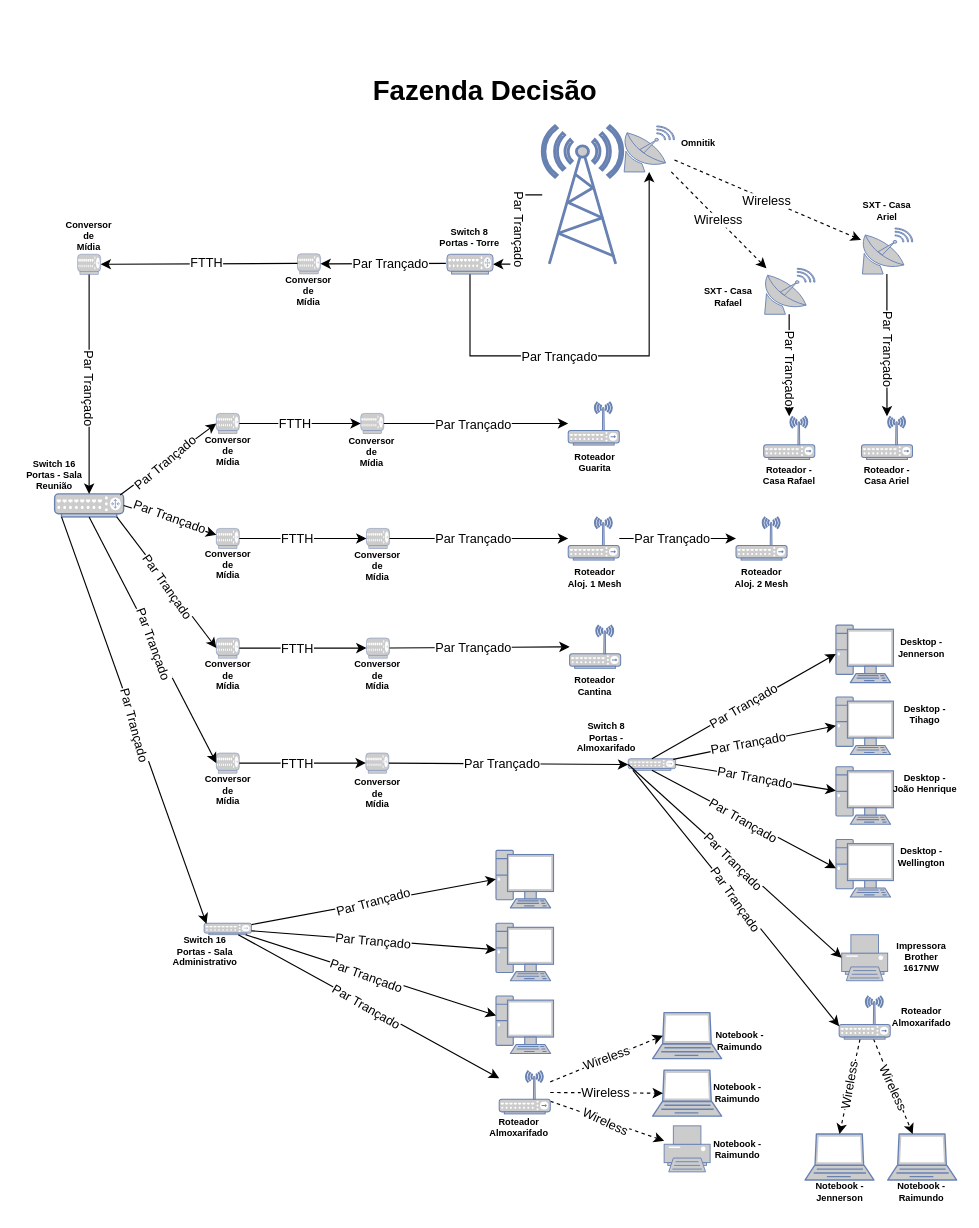
Before: Diagrama sem nome.drawio in AlbertoPontes/Fluxogramas, a draw.io diagram. Source tidied: cells renumbered, new cells numbered last; positions are measured from the earlier drawing's top-left corner, leaving out a move shared by most shapes. Both pictures are drawn from the tidied source at 115%, with x=0, y=0 at pixel (20, 68).
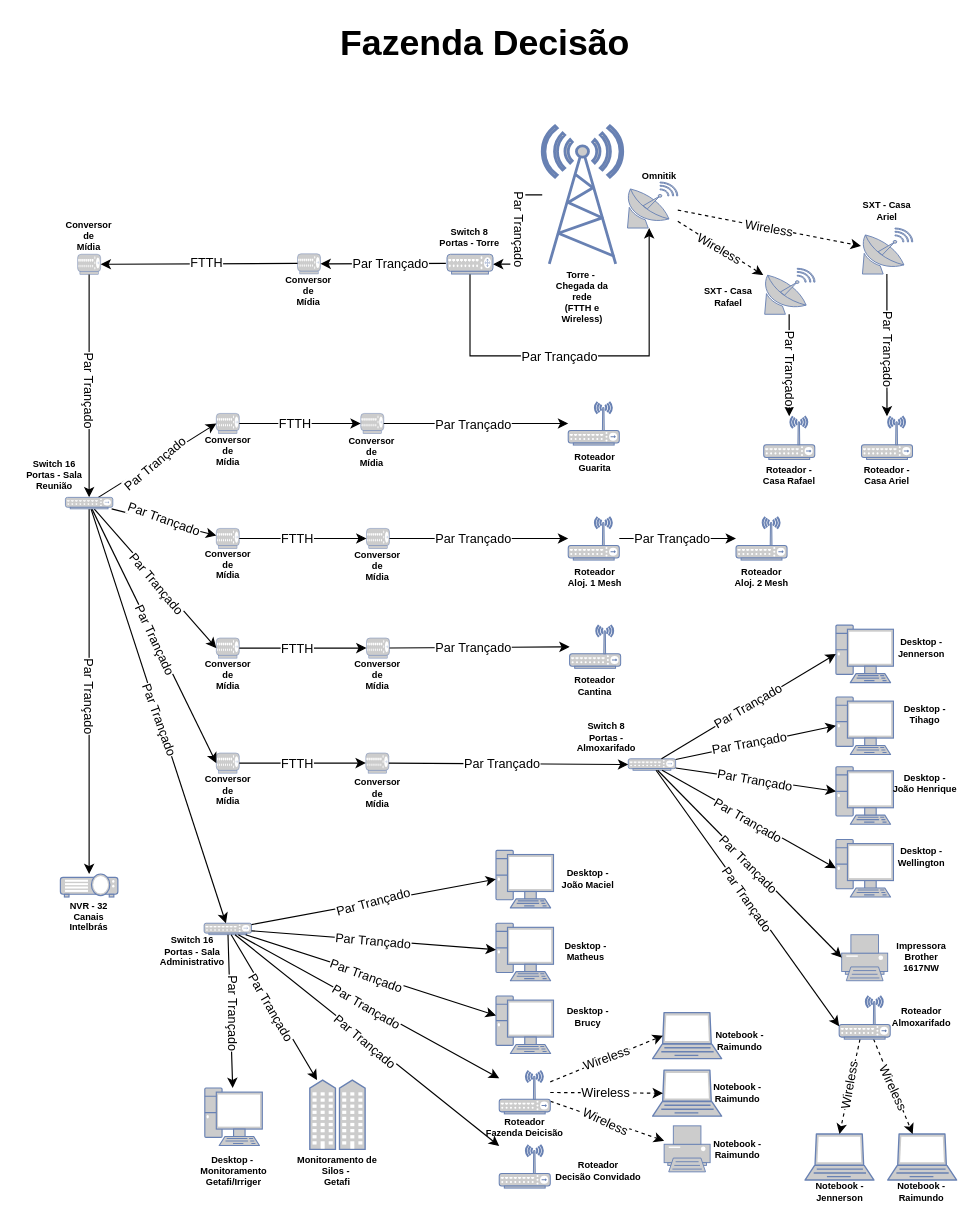
The same diagram, later.

Unchanged cells that the change refers to:
```xml
<mxCell id="8" style="fontColor=#0066CC;verticalAlign=top;verticalLabelPosition=bottom;labelPosition=center;align=center;html=1;outlineConnect=0;fillColor=#CCCCCC;strokeColor=#6881B3;gradientColor=none;gradientDirection=north;strokeWidth=2;shape=mxgraph.networks.hub;" parent="1" vertex="1">
  <mxGeometry x="528.8" y="600.3" width="41.2" height="10" as="geometry" />
</mxCell>
<mxCell id="14" style="fontColor=#0066CC;verticalAlign=top;verticalLabelPosition=bottom;labelPosition=center;align=center;html=1;outlineConnect=0;fillColor=#CCCCCC;strokeColor=#6881B3;gradientColor=none;gradientDirection=north;strokeWidth=2;shape=mxgraph.networks.pc;" parent="1" vertex="1">
  <mxGeometry x="709.4" y="484.1" width="50" height="50" as="geometry" />
</mxCell>
<mxCell id="15" style="fontColor=#0066CC;verticalAlign=top;verticalLabelPosition=bottom;labelPosition=center;align=center;html=1;outlineConnect=0;fillColor=#CCCCCC;strokeColor=#6881B3;gradientColor=none;gradientDirection=north;strokeWidth=2;shape=mxgraph.networks.pc;" parent="1" vertex="1">
  <mxGeometry x="709.4" y="546.6" width="50" height="50" as="geometry" />
</mxCell>
<mxCell id="16" style="fontColor=#0066CC;verticalAlign=top;verticalLabelPosition=bottom;labelPosition=center;align=center;html=1;outlineConnect=0;fillColor=#CCCCCC;strokeColor=#6881B3;gradientColor=none;gradientDirection=north;strokeWidth=2;shape=mxgraph.networks.pc;" parent="1" vertex="1">
  <mxGeometry x="709.4" y="607.2" width="50" height="50" as="geometry" />
</mxCell>
<mxCell id="17" style="fontColor=#0066CC;verticalAlign=top;verticalLabelPosition=bottom;labelPosition=center;align=center;html=1;outlineConnect=0;fillColor=#CCCCCC;strokeColor=#6881B3;gradientColor=none;gradientDirection=north;strokeWidth=2;shape=mxgraph.networks.hub;" parent="1" vertex="1">
  <mxGeometry x="170.6" y="300" width="20" height="17.5" as="geometry" />
</mxCell>
<mxCell id="18" style="fontColor=#0066CC;verticalAlign=top;verticalLabelPosition=bottom;labelPosition=center;align=center;html=1;outlineConnect=0;fillColor=#CCCCCC;strokeColor=#6881B3;gradientColor=none;gradientDirection=north;strokeWidth=2;shape=mxgraph.networks.hub;" parent="1" vertex="1">
  <mxGeometry x="170.6" y="400" width="20" height="17.5" as="geometry" />
</mxCell>
<mxCell id="19" style="fontColor=#0066CC;verticalAlign=top;verticalLabelPosition=bottom;labelPosition=center;align=center;html=1;outlineConnect=0;fillColor=#CCCCCC;strokeColor=#6881B3;gradientColor=none;gradientDirection=north;strokeWidth=2;shape=mxgraph.networks.hub;" parent="1" vertex="1">
  <mxGeometry x="170.6" y="495.3" width="20" height="17.5" as="geometry" />
</mxCell>
<mxCell id="20" style="fontColor=#0066CC;verticalAlign=top;verticalLabelPosition=bottom;labelPosition=center;align=center;html=1;outlineConnect=0;fillColor=#CCCCCC;strokeColor=#6881B3;gradientColor=none;gradientDirection=north;strokeWidth=2;shape=mxgraph.networks.hub;" parent="1" vertex="1">
  <mxGeometry x="50" y="161.6" width="20" height="17.5" as="geometry" />
</mxCell>
<mxCell id="41" style="fontColor=#0066CC;verticalAlign=top;verticalLabelPosition=bottom;labelPosition=center;align=center;html=1;outlineConnect=0;fillColor=#CCCCCC;strokeColor=#6881B3;gradientColor=none;gradientDirection=north;strokeWidth=2;shape=mxgraph.networks.hub;" parent="1" vertex="1">
  <mxGeometry x="170.6" y="595.3" width="20" height="17.5" as="geometry" />
</mxCell>
<mxCell id="81" style="fontColor=#0066CC;verticalAlign=top;verticalLabelPosition=bottom;labelPosition=center;align=center;html=1;outlineConnect=0;fillColor=#CCCCCC;strokeColor=#6881B3;gradientColor=none;gradientDirection=north;strokeWidth=2;shape=mxgraph.networks.pc;" parent="1" vertex="1">
  <mxGeometry x="709.4" y="670.5" width="50" height="50" as="geometry" />
</mxCell>
<mxCell id="90" style="fontColor=#0066CC;verticalAlign=top;verticalLabelPosition=bottom;labelPosition=center;align=center;html=1;outlineConnect=0;fillColor=#CCCCCC;strokeColor=#6881B3;gradientColor=none;gradientDirection=north;strokeWidth=2;shape=mxgraph.networks.hub;" parent="1" vertex="1">
  <mxGeometry x="160" y="743.3" width="41.2" height="10" as="geometry" />
</mxCell>
<mxCell id="94" style="endArrow=classic;html=1;rounded=0;dashed=1;" parent="1" edge="1" source="5" target="7">
  <mxGeometry relative="1" as="geometry" />
</mxCell>
<mxCell id="110" style="fontColor=#0066CC;verticalAlign=top;verticalLabelPosition=bottom;labelPosition=center;align=center;html=1;outlineConnect=0;fillColor=#CCCCCC;strokeColor=#6881B3;gradientColor=none;gradientDirection=north;strokeWidth=2;shape=mxgraph.networks.printer;" parent="1" vertex="1">
  <mxGeometry x="714.4" y="753.3" width="40" height="40" as="geometry" />
</mxCell>
<mxCell id="113" style="fontColor=#0066CC;verticalAlign=top;verticalLabelPosition=bottom;labelPosition=center;align=center;html=1;outlineConnect=0;fillColor=#CCCCCC;strokeColor=#6881B3;gradientColor=none;gradientDirection=north;strokeWidth=2;shape=mxgraph.networks.wireless_hub;" parent="1" vertex="1">
  <mxGeometry x="712.2" y="806.6" width="44.4" height="37.5" as="geometry" />
</mxCell>
<mxCell id="121" style="endArrow=classic;html=1;rounded=0;dashed=1;" parent="1" edge="1" source="5" target="118">
  <mxGeometry relative="1" as="geometry" />
</mxCell>
```

Diff of the diagram source:
```diff
@@
-    <mxCell id="2" value="Fazenda Decisão" style="text;strokeColor=none;fillColor=none;html=1;fontSize=24;fontStyle=1;verticalAlign=middle;align=center;" parent="1" vertex="1">
-      <mxGeometry x="354" width="100" height="40" as="geometry" />
+    <mxCell id="2" value="Fazenda Decisão" style="text;strokeColor=none;fillColor=none;html=1;fontSize=31;fontStyle=1;verticalAlign=middle;align=center;" parent="1" vertex="1">
+      <mxGeometry x="354" y="-42" width="100" height="40" as="geometry" />
     </mxCell>
@@
     <mxCell id="5" style="fontColor=#0066CC;verticalAlign=top;verticalLabelPosition=bottom;labelPosition=center;align=center;html=1;outlineConnect=0;fillColor=#CCCCCC;strokeColor=#6881B3;gradientColor=none;gradientDirection=north;strokeWidth=2;shape=mxgraph.networks.satellite_dish;" parent="1" vertex="1">
-      <mxGeometry x="524" y="50" width="45" height="40" as="geometry" />
+      <mxGeometry x="526.9" y="98.8" width="45" height="40" as="geometry" />
     </mxCell>
-    <mxCell id="6" style="fontColor=#0066CC;verticalAlign=top;verticalLabelPosition=bottom;labelPosition=center;align=center;html=1;outlineConnect=0;fillColor=#CCCCCC;strokeColor=#6881B3;gradientColor=none;gradientDirection=north;strokeWidth=2;shape=mxgraph.networks.router;" parent="1" vertex="1">
-      <mxGeometry x="30" y="370" width="60" height="20" as="geometry" />
-    </mxCell>
@@
-    <mxCell id="26" style="endArrow=classic;html=1;rounded=0;entryX=0.5;entryY=0;entryDx=0;entryDy=0;entryPerimeter=0;exitX=0.5;exitY=1;exitDx=0;exitDy=0;exitPerimeter=0;" parent="1" edge="1" source="20" target="6">
+    <mxCell id="26" style="endArrow=classic;html=1;rounded=0;exitX=0.5;exitY=1;exitDx=0;exitDy=0;exitPerimeter=0;" parent="1" edge="1" source="20" target="173">
       <mxGeometry relative="1" as="geometry" />
     </mxCell>
@@
-    <mxCell id="30" style="endArrow=classic;html=1;rounded=0;entryX=0;entryY=0.5;entryDx=0;entryDy=0;entryPerimeter=0;exitX=0.95;exitY=0.05;exitDx=0;exitDy=0;exitPerimeter=0;" parent="1" edge="1" source="6" target="17">
+    <mxCell id="30" style="endArrow=classic;html=1;rounded=0;entryX=0;entryY=0.5;entryDx=0;entryDy=0;entryPerimeter=0;" parent="1" edge="1" source="173" target="17">
       <mxGeometry relative="1" as="geometry" />
     </mxCell>
@@
-    <mxCell id="32" style="endArrow=classic;html=1;rounded=0;exitX=1;exitY=0.5;exitDx=0;exitDy=0;exitPerimeter=0;" parent="1" edge="1" source="6" target="18">
+    <mxCell id="32" style="endArrow=classic;html=1;rounded=0;" parent="1" edge="1" source="173" target="18">
       <mxGeometry relative="1" as="geometry" />
     </mxCell>
@@
-    <mxCell id="60" style="endArrow=classic;html=1;rounded=0;entryX=0;entryY=0.5;entryDx=0;entryDy=0;entryPerimeter=0;exitX=0.9;exitY=1;exitDx=0;exitDy=0;exitPerimeter=0;" parent="1" edge="1" source="6" target="19">
+    <mxCell id="60" style="endArrow=classic;html=1;rounded=0;entryX=0;entryY=0.5;entryDx=0;entryDy=0;entryPerimeter=0;" parent="1" edge="1" source="173" target="19">
       <mxGeometry relative="1" as="geometry" />
     </mxCell>
-    <mxCell id="61" value="Par Trançado" style="edgeLabel;html=1;align=center;verticalAlign=middle;rotation=55;" parent="60" vertex="1">
+    <mxCell id="61" value="Par Trançado" style="edgeLabel;html=1;align=center;verticalAlign=middle;rotation=50;" parent="60" vertex="1">
       <mxGeometry relative="1" as="geometry">
         <mxPoint x="1" y="3" as="offset" />
       </mxGeometry>
     </mxCell>
-    <mxCell id="62" style="endArrow=classic;html=1;rounded=0;entryX=0;entryY=0.5;entryDx=0;entryDy=0;entryPerimeter=0;exitX=0.5;exitY=1;exitDx=0;exitDy=0;exitPerimeter=0;" parent="1" edge="1" source="6" target="41">
+    <mxCell id="62" style="endArrow=classic;html=1;rounded=0;entryX=0;entryY=0.5;entryDx=0;entryDy=0;entryPerimeter=0;" parent="1" edge="1" source="173" target="41">
       <mxGeometry relative="1" as="geometry" />
     </mxCell>
-    <mxCell id="63" value="Par Trançado" style="edgeLabel;html=1;align=center;verticalAlign=middle;rotation=70;" parent="62" vertex="1">
+    <mxCell id="63" value="Par Trançado" style="edgeLabel;html=1;align=center;verticalAlign=middle;rotation=65;" parent="62" vertex="1">
       <mxGeometry relative="1" as="geometry">
         <mxPoint x="1" y="3" as="offset" />
       </mxGeometry>
     </mxCell>
@@
-    <mxCell id="75" style="endArrow=classic;html=1;rounded=0;exitX=0.5;exitY=0;exitDx=0;exitDy=0;exitPerimeter=0;entryX=0;entryY=0.5;entryDx=0;entryDy=0;entryPerimeter=0;" parent="1" edge="1" source="8" target="14">
+    <mxCell id="75" style="endArrow=classic;html=1;rounded=0;entryX=0;entryY=0.5;entryDx=0;entryDy=0;entryPerimeter=0;" parent="1" edge="1" source="8" target="14">
       <mxGeometry relative="1" as="geometry" />
     </mxCell>
@@
-    <mxCell id="77" style="endArrow=classic;html=1;rounded=0;entryX=0;entryY=0.5;entryDx=0;entryDy=0;entryPerimeter=0;exitX=0.95;exitY=0.05;exitDx=0;exitDy=0;exitPerimeter=0;" parent="1" edge="1" source="8" target="15">
+    <mxCell id="77" style="endArrow=classic;html=1;rounded=0;entryX=0;entryY=0.5;entryDx=0;entryDy=0;entryPerimeter=0;" parent="1" edge="1" source="8" target="15">
       <mxGeometry relative="1" as="geometry" />
     </mxCell>
@@
-    <mxCell id="79" style="endArrow=classic;html=1;rounded=0;exitX=1;exitY=0.5;exitDx=0;exitDy=0;exitPerimeter=0;" parent="1" edge="1" source="8" target="16">
+    <mxCell id="79" style="endArrow=classic;html=1;rounded=0;" parent="1" edge="1" source="8" target="16">
       <mxGeometry relative="1" as="geometry" />
     </mxCell>
@@
-    <mxCell id="83" style="endArrow=classic;html=1;rounded=0;exitX=0.5;exitY=1;exitDx=0;exitDy=0;exitPerimeter=0;entryX=0;entryY=0.5;entryDx=0;entryDy=0;entryPerimeter=0;" parent="1" edge="1" source="8" target="81">
+    <mxCell id="83" style="endArrow=classic;html=1;rounded=0;entryX=0;entryY=0.5;entryDx=0;entryDy=0;entryPerimeter=0;" parent="1" edge="1" source="8" target="81">
       <mxGeometry relative="1" as="geometry" />
     </mxCell>
@@
-    <mxCell id="91" style="endArrow=classic;html=1;rounded=0;entryX=0.05;entryY=0.05;entryDx=0;entryDy=0;entryPerimeter=0;exitX=0.1;exitY=1;exitDx=0;exitDy=0;exitPerimeter=0;" parent="1" edge="1" source="6" target="90">
+    <mxCell id="91" style="endArrow=classic;html=1;rounded=0;" parent="1" edge="1" source="173" target="90">
       <mxGeometry relative="1" as="geometry" />
     </mxCell>
-    <mxCell id="92" value="Par Trançado" style="edgeLabel;html=1;align=center;verticalAlign=middle;rotation=75;" parent="91" vertex="1">
+    <mxCell id="92" value="Par Trançado" style="edgeLabel;html=1;align=center;verticalAlign=middle;rotation=70;" parent="91" vertex="1">
       <mxGeometry relative="1" as="geometry">
         <mxPoint x="1" y="3" as="offset" />
       </mxGeometry>
     </mxCell>
@@
-    <mxCell id="95" value="Wireless" style="edgeLabel;html=1;align=center;verticalAlign=middle;rotation=0;" parent="94" vertex="1">
+    <mxCell id="95" value="Wireless" style="edgeLabel;html=1;align=center;verticalAlign=middle;rotation=10;" parent="94" vertex="1">
       <mxGeometry relative="1" as="geometry">
         <mxPoint x="-1" as="offset" />
       </mxGeometry>
     </mxCell>
@@
-    <mxCell id="111" style="endArrow=classic;html=1;rounded=0;entryX=0;entryY=0.5;entryDx=0;entryDy=0;entryPerimeter=0;exitX=0;exitY=0.5;exitDx=0;exitDy=0;exitPerimeter=0;" parent="1" edge="1" source="8" target="110">
+    <mxCell id="111" style="endArrow=classic;html=1;rounded=0;entryX=0;entryY=0.5;entryDx=0;entryDy=0;entryPerimeter=0;" parent="1" edge="1" source="8" target="110">
       <mxGeometry relative="1" as="geometry" />
     </mxCell>
@@
-    <mxCell id="114" style="endArrow=classic;html=1;rounded=0;entryX=0;entryY=0.7;entryDx=0;entryDy=0;entryPerimeter=0;exitX=0.1;exitY=1;exitDx=0;exitDy=0;exitPerimeter=0;" parent="1" edge="1" source="8" target="113">
+    <mxCell id="114" style="endArrow=classic;html=1;rounded=0;entryX=0;entryY=0.7;entryDx=0;entryDy=0;entryPerimeter=0;" parent="1" edge="1" source="8" target="113">
       <mxGeometry relative="1" as="geometry" />
     </mxCell>
@@
-    <mxCell id="122" value="Wireless" style="edgeLabel;html=1;align=center;verticalAlign=middle;rotation=0;" parent="121" vertex="1">
+    <mxCell id="122" value="Wireless" style="edgeLabel;html=1;align=center;verticalAlign=middle;rotation=30;" parent="121" vertex="1">
       <mxGeometry relative="1" as="geometry">
         <mxPoint x="-1" as="offset" />
       </mxGeometry>
     </mxCell>
@@
     <mxCell id="127" value="Switch 16 Portas - Sala Administrativo" style="text;html=1;strokeColor=none;fillColor=none;align=center;verticalAlign=middle;whiteSpace=wrap;rounded=0;fontSize=8;fontStyle=1;" parent="1" vertex="1">
-      <mxGeometry x="130.6" y="753.3" width="60" height="30" as="geometry" />
+      <mxGeometry x="120" y="753.3" width="60" height="30" as="geometry" />
     </mxCell>
@@
     <mxCell id="129" value="Omnitik" style="text;html=1;strokeColor=none;fillColor=none;align=center;verticalAlign=middle;whiteSpace=wrap;rounded=0;fontSize=8;fontStyle=1;" parent="1" vertex="1">
-      <mxGeometry x="560" y="50" width="60" height="30" as="geometry" />
+      <mxGeometry x="526.2" y="78.8" width="60" height="30" as="geometry" />
     </mxCell>
@@
-    <mxCell id="152" value="Roteador&lt;br&gt;Almoxarifado" style="text;html=1;strokeColor=none;fillColor=none;align=center;verticalAlign=middle;whiteSpace=wrap;rounded=0;fontSize=8;fontStyle=1;" parent="1" vertex="1">
-      <mxGeometry x="404" y="906.1" width="60" height="30" as="geometry" />
+    <mxCell id="152" value="Roteador&lt;br&gt;Fazenda Deicisão" style="text;html=1;strokeColor=none;fillColor=none;align=center;verticalAlign=middle;whiteSpace=wrap;rounded=0;fontSize=8;fontStyle=1;" parent="1" vertex="1">
+      <mxGeometry x="401.8" y="906.1" width="74" height="30" as="geometry" />
     </mxCell>
+    <mxCell id="153" value="Torre -&amp;nbsp;&lt;br&gt;Chegada da rede&lt;br&gt;(FTTH e Wireless)" style="text;html=1;strokeColor=none;fillColor=none;align=center;verticalAlign=middle;whiteSpace=wrap;rounded=0;fontSize=8;fontStyle=1;" parent="1" vertex="1">
+      <mxGeometry x="459" y="183.8" width="60" height="30" as="geometry" />
+    </mxCell>
+    <mxCell id="154" value="Desktop - &lt;br&gt;João Maciel" style="text;html=1;strokeColor=none;fillColor=none;align=center;verticalAlign=middle;whiteSpace=wrap;rounded=0;fontSize=8;fontStyle=1;" parent="1" vertex="1">
+      <mxGeometry x="464" y="690" width="60" height="30" as="geometry" />
+    </mxCell>
+    <mxCell id="155" value="Desktop - &lt;br&gt;Matheus" style="text;html=1;strokeColor=none;fillColor=none;align=center;verticalAlign=middle;whiteSpace=wrap;rounded=0;fontSize=8;fontStyle=1;" parent="1" vertex="1">
+      <mxGeometry x="462.2" y="753.3" width="60" height="30" as="geometry" />
+    </mxCell>
+    <mxCell id="156" value="Desktop - &lt;br&gt;Brucy" style="text;html=1;strokeColor=none;fillColor=none;align=center;verticalAlign=middle;whiteSpace=wrap;rounded=0;fontSize=8;fontStyle=1;" parent="1" vertex="1">
+      <mxGeometry x="463.8" y="810.3" width="60" height="30" as="geometry" />
+    </mxCell>
+    <mxCell id="157" style="fontColor=#0066CC;verticalAlign=top;verticalLabelPosition=bottom;labelPosition=center;align=center;html=1;outlineConnect=0;fillColor=#CCCCCC;strokeColor=#6881B3;gradientColor=none;gradientDirection=north;strokeWidth=2;shape=mxgraph.networks.wireless_hub;" parent="1" vertex="1">
+      <mxGeometry x="416.6" y="936.1" width="44.4" height="37.5" as="geometry" />
+    </mxCell>
+    <mxCell id="158" value="Roteador&lt;br&gt;Decisão Convidado" style="text;html=1;strokeColor=none;fillColor=none;align=center;verticalAlign=middle;whiteSpace=wrap;rounded=0;fontSize=8;fontStyle=1;" parent="1" vertex="1">
+      <mxGeometry x="463.8" y="943.6" width="78.2" height="30" as="geometry" />
+    </mxCell>
+    <mxCell id="159" style="endArrow=classic;html=1;rounded=0;" parent="1" edge="1" source="90" target="157">
+      <mxGeometry relative="1" as="geometry" />
+    </mxCell>
+    <mxCell id="160" value="Par Trançado" style="edgeLabel;html=1;align=center;verticalAlign=middle;rotation=40;" parent="159" vertex="1">
+      <mxGeometry relative="1" as="geometry">
+        <mxPoint x="-2" as="offset" />
+      </mxGeometry>
+    </mxCell>
+    <mxCell id="161" style="fontColor=#0066CC;verticalAlign=top;verticalLabelPosition=bottom;labelPosition=center;align=center;html=1;outlineConnect=0;fillColor=#CCCCCC;strokeColor=#6881B3;gradientColor=none;gradientDirection=north;strokeWidth=2;shape=mxgraph.networks.community;" parent="1" vertex="1">
+      <mxGeometry x="251.9" y="879.7" width="48.1" height="60.3" as="geometry" />
+    </mxCell>
+    <mxCell id="162" style="fontColor=#0066CC;verticalAlign=top;verticalLabelPosition=bottom;labelPosition=center;align=center;html=1;outlineConnect=0;fillColor=#CCCCCC;strokeColor=#6881B3;gradientColor=none;gradientDirection=north;strokeWidth=2;shape=mxgraph.networks.pc;" parent="1" vertex="1">
+      <mxGeometry x="160.6" y="886.6" width="50" height="50" as="geometry" />
+    </mxCell>
+    <mxCell id="163" style="endArrow=classic;html=1;rounded=0;" parent="1" edge="1" source="90" target="161">
+      <mxGeometry relative="1" as="geometry" />
+    </mxCell>
+    <mxCell id="164" value="Par Trançado" style="edgeLabel;html=1;align=center;verticalAlign=middle;rotation=60;" parent="163" vertex="1">
+      <mxGeometry relative="1" as="geometry">
+        <mxPoint x="-2" as="offset" />
+      </mxGeometry>
+    </mxCell>
+    <mxCell id="165" style="endArrow=classic;html=1;rounded=0;" parent="1" edge="1" source="90" target="162">
+      <mxGeometry relative="1" as="geometry" />
+    </mxCell>
+    <mxCell id="166" value="Par Trançado" style="edgeLabel;html=1;align=center;verticalAlign=middle;rotation=90;" parent="165" vertex="1">
+      <mxGeometry relative="1" as="geometry">
+        <mxPoint x="3" y="1" as="offset" />
+      </mxGeometry>
+    </mxCell>
+    <mxCell id="167" value="Desktop -&amp;nbsp;&lt;br&gt;Monitoramento&lt;br&gt;Getafi/Irriger" style="text;html=1;strokeColor=none;fillColor=none;align=center;verticalAlign=middle;whiteSpace=wrap;rounded=0;fontSize=8;fontStyle=1;" parent="1" vertex="1">
+      <mxGeometry x="146.5" y="943.6" width="78.2" height="30" as="geometry" />
+    </mxCell>
+    <mxCell id="168" value="Monitoramento de Silos -&amp;nbsp;&lt;br&gt;Getafi" style="text;html=1;strokeColor=none;fillColor=none;align=center;verticalAlign=middle;whiteSpace=wrap;rounded=0;fontSize=8;fontStyle=1;" parent="1" vertex="1">
+      <mxGeometry x="237.4" y="943.6" width="78.2" height="30" as="geometry" />
+    </mxCell>
+    <mxCell id="169" style="fontColor=#0066CC;verticalAlign=top;verticalLabelPosition=bottom;labelPosition=center;align=center;html=1;outlineConnect=0;fillColor=#CCCCCC;strokeColor=#6881B3;gradientColor=none;gradientDirection=north;strokeWidth=2;shape=mxgraph.networks.video_projector;" parent="1" vertex="1">
+      <mxGeometry x="35" y="700.5" width="50" height="20" as="geometry" />
+    </mxCell>
+    <mxCell id="170" style="endArrow=classic;html=1;rounded=0;" parent="1" edge="1" source="173" target="169">
+      <mxGeometry relative="1" as="geometry" />
+    </mxCell>
+    <mxCell id="171" value="Par Trançado" style="edgeLabel;html=1;align=center;verticalAlign=middle;rotation=90;" parent="170" vertex="1">
+      <mxGeometry relative="1" as="geometry">
+        <mxPoint x="1" y="3" as="offset" />
+      </mxGeometry>
+    </mxCell>
+    <mxCell id="172" value="NVR - 32 Canais Intelbrás" style="text;html=1;strokeColor=none;fillColor=none;align=center;verticalAlign=middle;whiteSpace=wrap;rounded=0;fontSize=8;fontStyle=1;" parent="1" vertex="1">
+      <mxGeometry x="30" y="723.3" width="60" height="30" as="geometry" />
+    </mxCell>
+    <mxCell id="173" style="fontColor=#0066CC;verticalAlign=top;verticalLabelPosition=bottom;labelPosition=center;align=center;html=1;outlineConnect=0;fillColor=#CCCCCC;strokeColor=#6881B3;gradientColor=none;gradientDirection=north;strokeWidth=2;shape=mxgraph.networks.hub;" parent="1" vertex="1">
+      <mxGeometry x="39.4" y="373" width="41.2" height="10" as="geometry" />
+    </mxCell>
```
